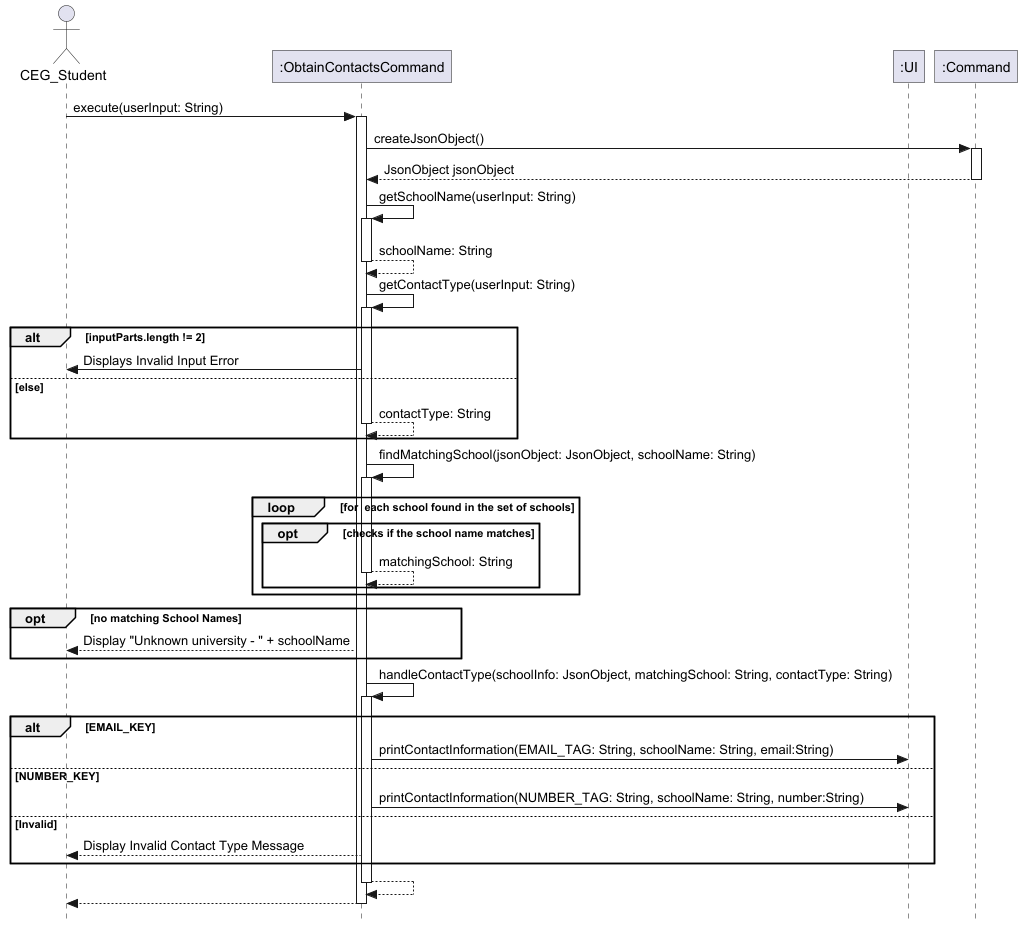
nus-cs2113-AY2425S1/tp keeps this PlantUML diagram as docs/images/ObtainContactsCommand.png. Above is the earlier version.
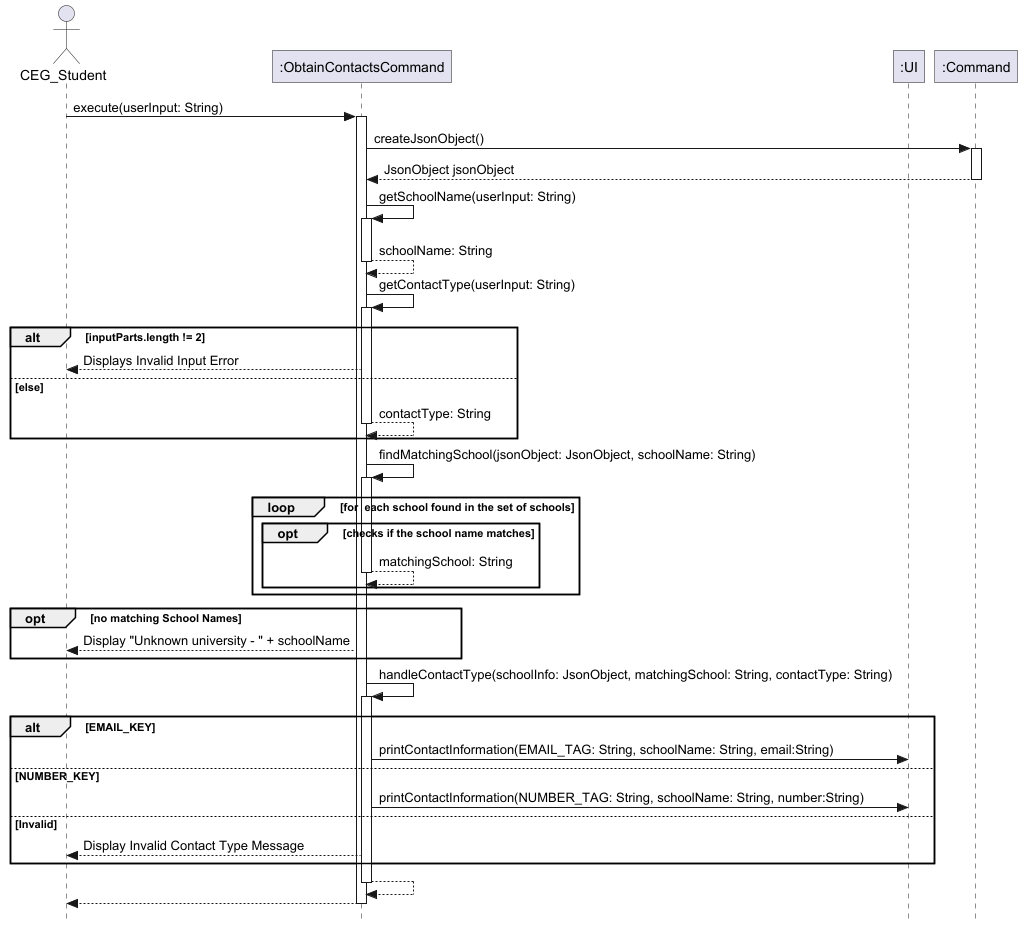
After the change.

Commit message:
Fix diagram errors

The edit, as a diff of the source:
```diff
@@ -25,7 +25,7 @@
 activate ObtainContactsCommand
 
 alt inputParts.length != 2
-    ObtainContactsCommand -> CEG_Student: Displays Invalid Input Error
+    ObtainContactsCommand --> CEG_Student: Displays Invalid Input Error
 else else
     return contactType: String
 end
```
